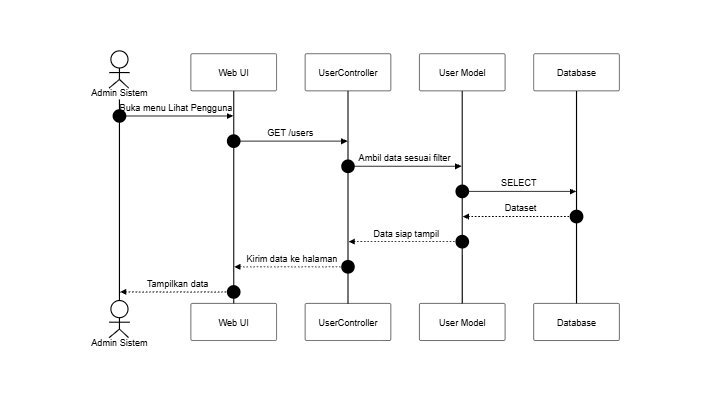
SulaimanHafi23/SimpegRSHDI keeps this Mermaid diagram as docs/SequenceDiagram/PNG_Transparent/KelolaPengguna-LihatPengguna.png. Above is the earlier version. Its source is kept beside it as docs/SequenceDiagram/KelolaPengguna-LihatPengguna.mermaid. The source it was exported from:
```mermaid
%%{init: {"theme": "base", "themeVariables": {"background": "#dddddd", "primaryColor": "#ffffff", "primaryBorderColor": "#000000", "primaryTextColor": "#000000", "lineColor": "#000000", "textColor": "#000000", "actorBkg": "#ffffff", "actorBorder": "#000000", "actorTextColor": "#000000", "activationBkgColor": "#ffffff", "activationBorderColor": "#000000", "signalColor": "#000000", "signalTextColor": "#000000", "labelBoxBkgColor": "#ffffff", "labelBoxBorderColor": "#000000", "labelTextColor": "#000000", "sequenceNumberColor": "#000000", "noteBkgColor": "#ffffff", "noteBorderColor": "#000000", "noteTextColor": "#000000"}, "sequence": {"useMaxWidth": true, "wrap": true, "messageFontSize": 12, "noteFontSize": 12}}}%%
sequenceDiagram
    autonumber
    actor A as Admin Sistem
    participant UI as Web UI
    participant C as UserController
    participant M as User Model
    participant DB as Database

    A->>UI: Buka menu Lihat Pengguna
    UI->>C: GET /users
    C->>M: Ambil data sesuai filter
    M->>DB: SELECT
    DB-->>M: Dataset
    M-->>C: Data siap tampil
    C-->>UI: Kirim data ke halaman
    UI-->>A: Tampilkan data
```
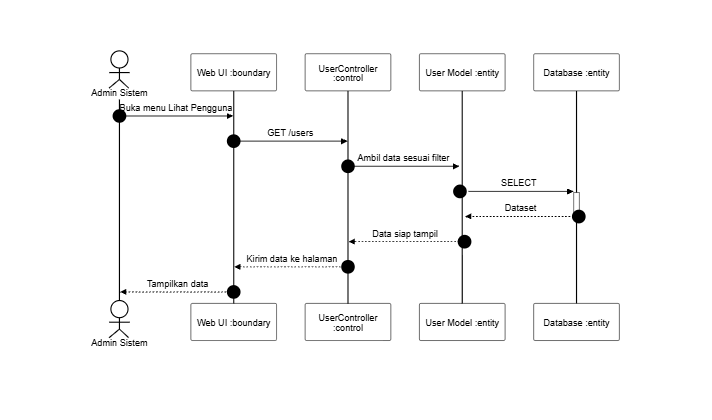
Later version of the same file.

What changed in the source:
```diff
@@ -2,16 +2,16 @@
 sequenceDiagram
     autonumber
     actor A as Admin Sistem
-    participant UI as Web UI
-    participant C as UserController
-    participant M as User Model
-    participant DB as Database
+    participant UI as Web UI :boundary
+    participant C as UserController :control
+    participant M as User Model :entity
+    participant DB as Database :entity
 
     A->>UI: Buka menu Lihat Pengguna
     UI->>C: GET /users
-    C->>M: Ambil data sesuai filter
-    M->>DB: SELECT
-    DB-->>M: Dataset
+    C->>+M: Ambil data sesuai filter
+    M->>+DB: SELECT
+    DB-->>-M: Dataset
     M-->>C: Data siap tampil
     C-->>UI: Kirim data ke halaman
     UI-->>A: Tampilkan data
```
